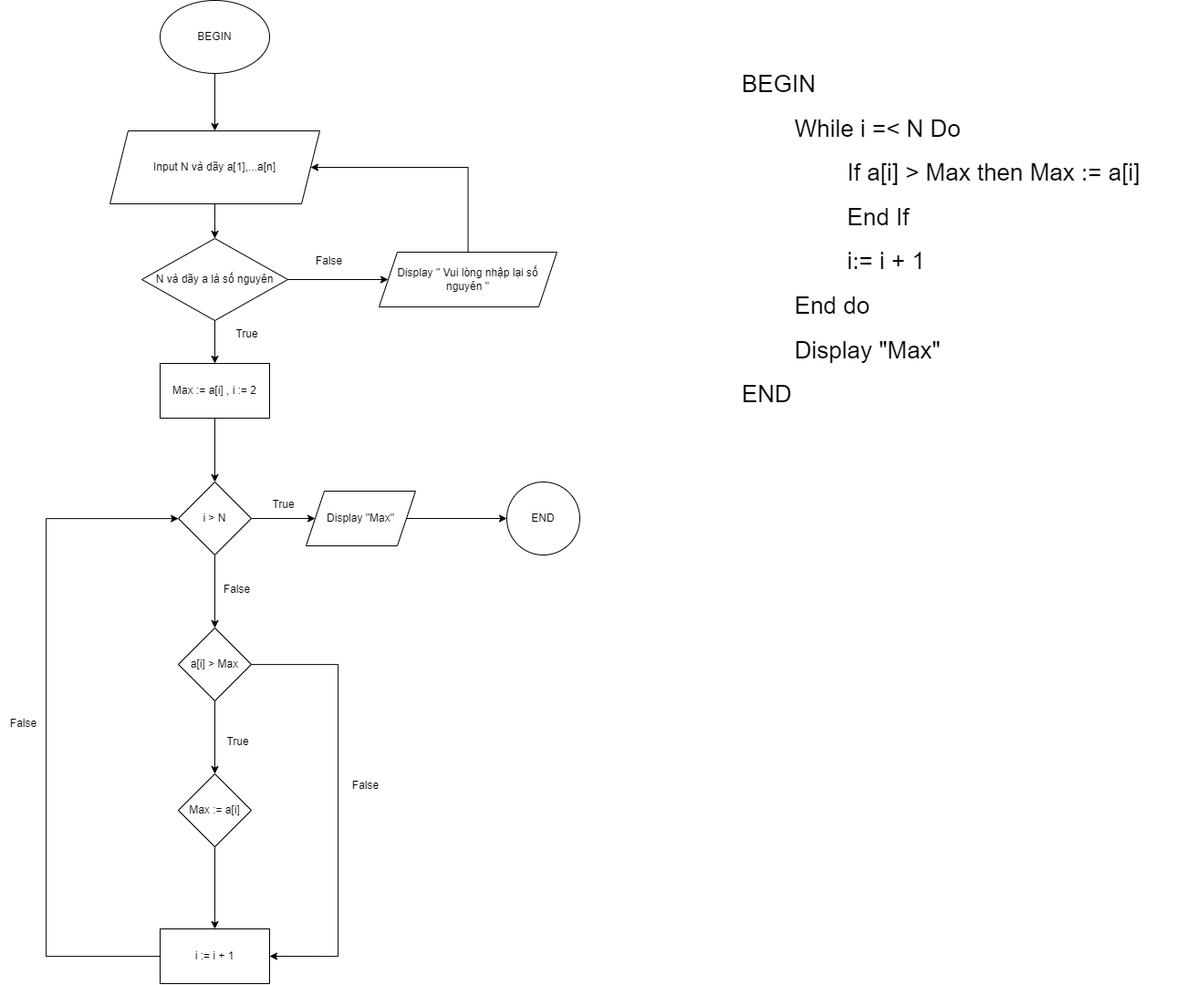
tinhdoo/C0325G1-HoVanTinh keeps this draw.io diagram as ss3_ma_gia_luu_do/Bai Tap/tìm giá trị lớn nhất trong một dãy số.drawio.png. Above is the earlier version. Source tidied: cells renumbered, new cells last; positions are measured from the earlier drawing's top-left corner, leaving out a move shared by most shapes.
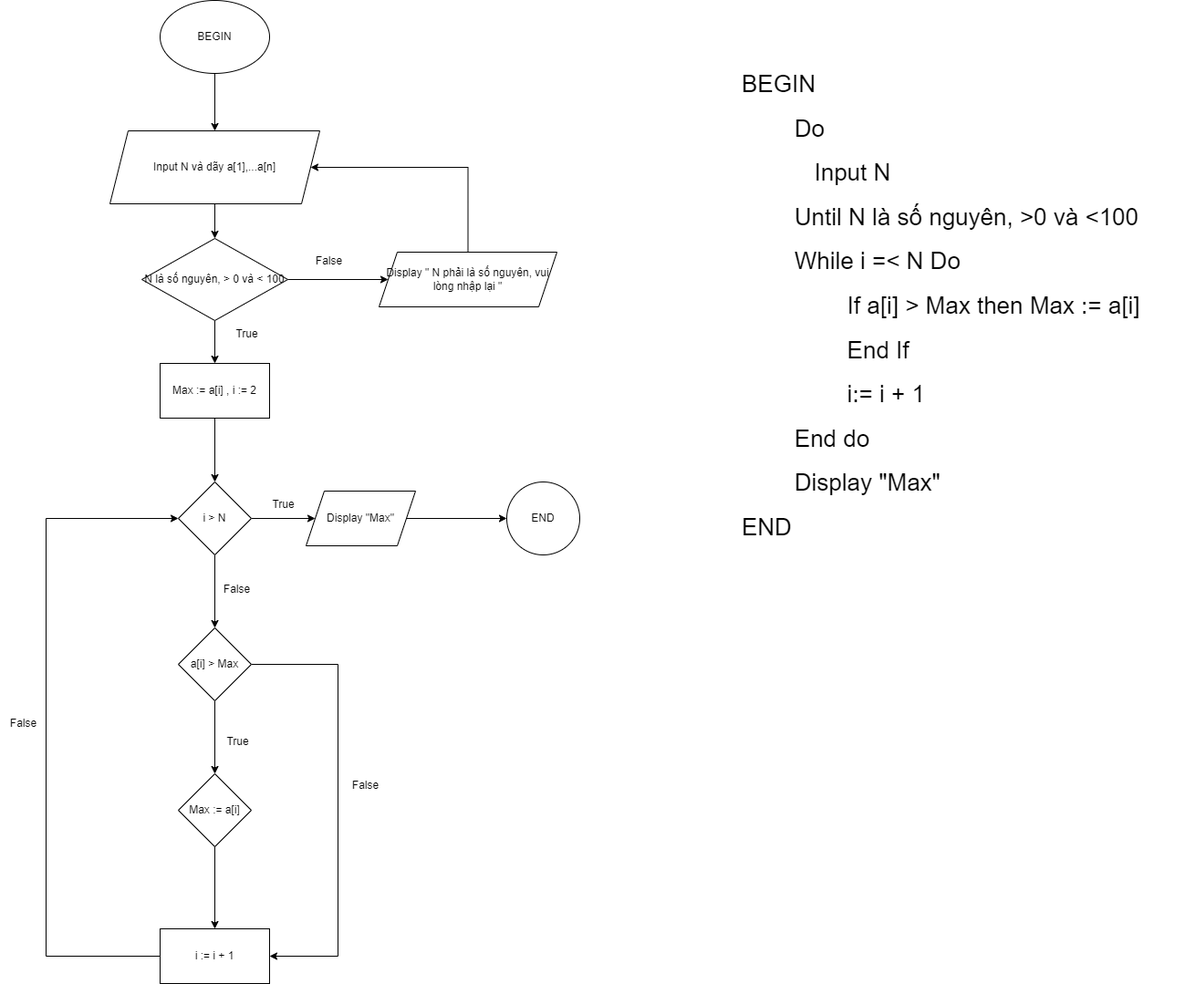
After the commit.

The edit, as a diff of the source:
```diff
@@ -2,8 +2,8 @@
   <root>
     <mxCell id="0" />
     <mxCell id="1" parent="0" />
-    <mxCell id="2" value="&lt;h1 style=&quot;margin-top: 0px;&quot;&gt;&lt;span style=&quot;font-weight: normal;&quot;&gt;&lt;font&gt;BEGIN&lt;/font&gt;&lt;/span&gt;&lt;/h1&gt;&lt;h1 style=&quot;margin-top: 0px;&quot;&gt;&lt;span style=&quot;white-space: normal; font-weight: normal;&quot;&gt;&lt;font&gt;&lt;span style=&quot;white-space:pre&quot;&gt;&#9;&lt;/span&gt;While i =&amp;lt; N Do&lt;/font&gt;&lt;/span&gt;&lt;/h1&gt;&lt;h1 style=&quot;margin-top: 0px;&quot;&gt;&lt;span style=&quot;white-space: normal; font-weight: normal;&quot;&gt;&lt;font&gt;&lt;span style=&quot;white-space:pre&quot;&gt;&#9;&#9;&lt;/span&gt;If a[i] &amp;gt; Max then Max := a[i]&lt;/font&gt;&lt;/span&gt;&lt;/h1&gt;&lt;h1 style=&quot;margin-top: 0px;&quot;&gt;&lt;span style=&quot;white-space: normal; font-weight: normal;&quot;&gt;&lt;font&gt;&lt;span style=&quot;white-space:pre&quot;&gt;&#9;&#9;&lt;/span&gt;End If&lt;/font&gt;&lt;/span&gt;&lt;/h1&gt;&lt;h1 style=&quot;margin-top: 0px;&quot;&gt;&lt;span style=&quot;white-space: normal; font-weight: normal;&quot;&gt;&lt;font&gt;&lt;span style=&quot;white-space:pre&quot;&gt;&#9;&#9;&lt;/span&gt;i:= i + 1&lt;/font&gt;&lt;/span&gt;&lt;/h1&gt;&lt;h1 style=&quot;margin-top: 0px;&quot;&gt;&lt;span style=&quot;white-space: normal; font-weight: normal;&quot;&gt;&lt;font&gt;&lt;span style=&quot;white-space:pre&quot;&gt;&#9;&lt;/span&gt;End do&lt;/font&gt;&lt;/span&gt;&lt;/h1&gt;&lt;h1 style=&quot;margin-top: 0px;&quot;&gt;&lt;span style=&quot;white-space: normal; font-weight: normal;&quot;&gt;&lt;font&gt;&lt;span style=&quot;white-space:pre&quot;&gt;&#9;&lt;/span&gt;Display &quot;Max&quot;&amp;nbsp; &amp;nbsp;&amp;nbsp;&lt;/font&gt;&lt;/span&gt;&lt;/h1&gt;&lt;h1 style=&quot;margin-top: 0px;&quot;&gt;&lt;span style=&quot;font-weight: normal;&quot;&gt;&lt;font&gt;END&lt;/font&gt;&lt;/span&gt;&lt;/h1&gt;" style="text;html=1;whiteSpace=wrap;overflow=hidden;rounded=0;fontSize=13;" parent="1" vertex="1">
-      <mxGeometry x="811" y="70" width="500" height="410" as="geometry" />
+    <mxCell id="2" value="&lt;h1 style=&quot;margin-top: 0px;&quot;&gt;&lt;span style=&quot;font-weight: 400;&quot;&gt;BEGIN&lt;/span&gt;&lt;/h1&gt;&lt;h1 style=&quot;margin-top: 0px;&quot;&gt;&lt;span style=&quot;font-weight: 400; white-space: normal;&quot;&gt;&lt;span style=&quot;white-space:pre&quot;&gt;&#9;&lt;/span&gt;Do&amp;nbsp;&lt;/span&gt;&lt;/h1&gt;&lt;h1 style=&quot;margin-top: 0px;&quot;&gt;&lt;span style=&quot;font-weight: 400; white-space: normal;&quot;&gt;&lt;span style=&quot;white-space:pre&quot;&gt;&#9;&lt;/span&gt;&amp;nbsp; &amp;nbsp;Input N&lt;/span&gt;&lt;/h1&gt;&lt;h1 style=&quot;margin-top: 0px;&quot;&gt;&lt;span style=&quot;font-weight: 400; white-space: normal;&quot;&gt;&lt;span style=&quot;white-space:pre&quot;&gt;&#9;&lt;/span&gt;Until N là số nguyên, &amp;gt;0 và &amp;lt;100&lt;/span&gt;&lt;/h1&gt;&lt;h1 style=&quot;margin-top: 0px;&quot;&gt;&lt;span style=&quot;font-weight: 400; white-space: normal;&quot;&gt;&lt;span style=&quot;white-space:pre&quot;&gt;&#9;&lt;/span&gt;While i =&amp;lt; N Do&lt;/span&gt;&lt;/h1&gt;&lt;h1 style=&quot;margin-top: 0px;&quot;&gt;&lt;span style=&quot;font-weight: 400; white-space: normal;&quot;&gt;&lt;span style=&quot;white-space:pre&quot;&gt;&#9;&#9;&lt;/span&gt;If a[i] &amp;gt; Max then Max := a[i]&lt;/span&gt;&lt;/h1&gt;&lt;h1 style=&quot;margin-top: 0px;&quot;&gt;&lt;span style=&quot;font-weight: 400; white-space: normal;&quot;&gt;&lt;span style=&quot;white-space:pre&quot;&gt;&#9;&#9;&lt;/span&gt;End If&lt;/span&gt;&lt;/h1&gt;&lt;h1 style=&quot;margin-top: 0px;&quot;&gt;&lt;span style=&quot;font-weight: 400; white-space: normal;&quot;&gt;&lt;span style=&quot;white-space:pre&quot;&gt;&#9;&#9;&lt;/span&gt;i:= i + 1&lt;/span&gt;&lt;/h1&gt;&lt;h1 style=&quot;margin-top: 0px;&quot;&gt;&lt;span style=&quot;font-weight: 400; white-space: normal;&quot;&gt;&lt;span style=&quot;white-space:pre&quot;&gt;&#9;&lt;/span&gt;End do&lt;/span&gt;&lt;/h1&gt;&lt;h1 style=&quot;margin-top: 0px;&quot;&gt;&lt;span style=&quot;font-weight: 400; white-space: normal;&quot;&gt;&lt;span style=&quot;white-space:pre&quot;&gt;&#9;&lt;/span&gt;Display &quot;Max&quot;&amp;nbsp; &amp;nbsp;&amp;nbsp;&lt;/span&gt;&lt;/h1&gt;&lt;h1 style=&quot;margin-top: 0px;&quot;&gt;&lt;span style=&quot;font-weight: 400;&quot;&gt;END&lt;/span&gt;&lt;/h1&gt;" style="text;html=1;whiteSpace=wrap;overflow=hidden;rounded=0;fontSize=13;" parent="1" vertex="1">
+      <mxGeometry x="811" y="70" width="500" height="643" as="geometry" />
     </mxCell>
     <mxCell id="3" style="edgeStyle=orthogonalEdgeStyle;rounded=0;jettySize=auto;html=1;" parent="1" edge="1" source="4" target="6">
       <mxGeometry relative="1" as="geometry" />
@@ -93,7 +93,7 @@
     <mxCell id="28" style="edgeStyle=orthogonalEdgeStyle;rounded=0;jettySize=auto;html=1;" parent="1" edge="1" source="29" target="32">
       <mxGeometry relative="1" as="geometry" />
     </mxCell>
-    <mxCell id="29" value="N và dãy a là số nguyên" style="rhombus;whiteSpace=wrap;html=1;" parent="1" vertex="1">
+    <mxCell id="29" value="N là số nguyên, &amp;gt; 0 và &amp;lt; 100" style="rhombus;whiteSpace=wrap;html=1;" parent="1" vertex="1">
       <mxGeometry x="155" y="261" width="160" height="90" as="geometry" />
     </mxCell>
     <mxCell id="30" value="True" style="text;html=1;align=center;verticalAlign=middle;strokeColor=none;fillColor=none;" parent="1" vertex="1">
@@ -106,7 +106,7 @@
         </Array>
       </mxGeometry>
     </mxCell>
-    <mxCell id="32" value="Display &quot; Vui lòng nhập lại số nguyên &quot;" style="shape=parallelogram;perimeter=parallelogramPerimeter;whiteSpace=wrap;html=1;fixedSize=1;" parent="1" vertex="1">
+    <mxCell id="32" value="Display &quot; N phải là số nguyên, vui lòng nhập lại &quot;" style="shape=parallelogram;perimeter=parallelogramPerimeter;whiteSpace=wrap;html=1;fixedSize=1;" parent="1" vertex="1">
       <mxGeometry x="415" y="276" width="195" height="60" as="geometry" />
     </mxCell>
     <mxCell id="33" value="False" style="text;html=1;align=center;verticalAlign=middle;strokeColor=none;fillColor=none;" parent="1" vertex="1">
```
